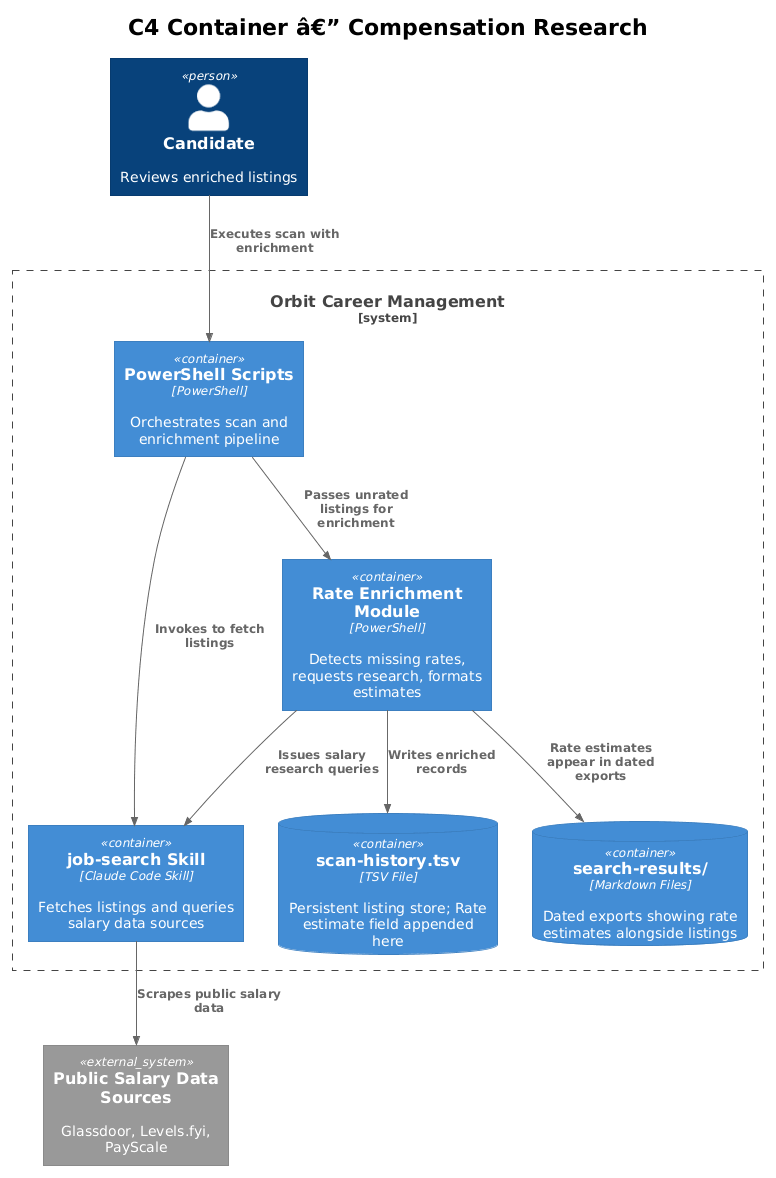
Before: docs/detailed-designs/07-compensation-research/diagrams/c4_container.png, a diagram exported from PlantUML (QuinntyneBrown/Orbit).
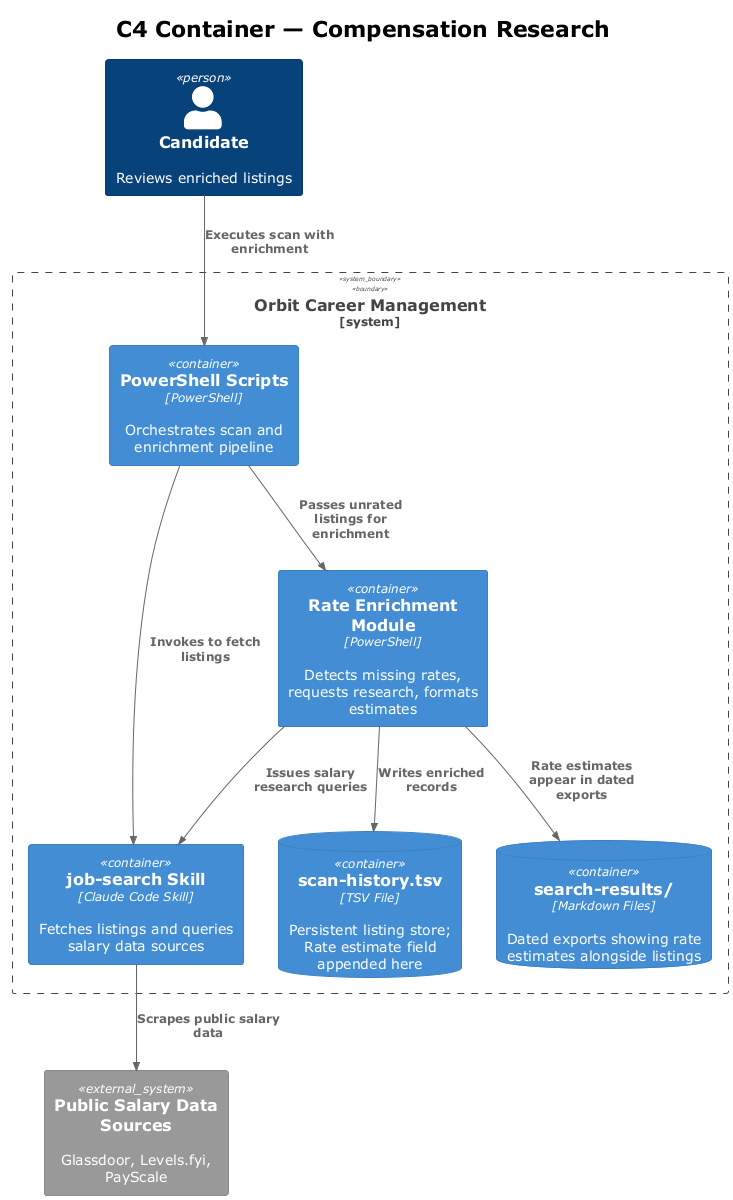
After the commit.

Diff of the diagram source:
```diff
@@ -1,8 +1,8 @@
-@startuml
+@startuml c4_container
 !theme plain
 !include <C4/C4_Container>
 
-title C4 Container â€” Compensation Research
+title C4 Container — Compensation Research
 
 Person(candidate, "Candidate", "Reviews enriched listings")
 
@@ -23,4 +23,5 @@
 Rel(searchSkill, salaryData, "Scrapes public salary data")
 Rel(rateEnricher, scanHistory, "Writes enriched records")
 Rel(rateEnricher, exportFiles, "Rate estimates appear in dated exports")
+
 @enduml
```
